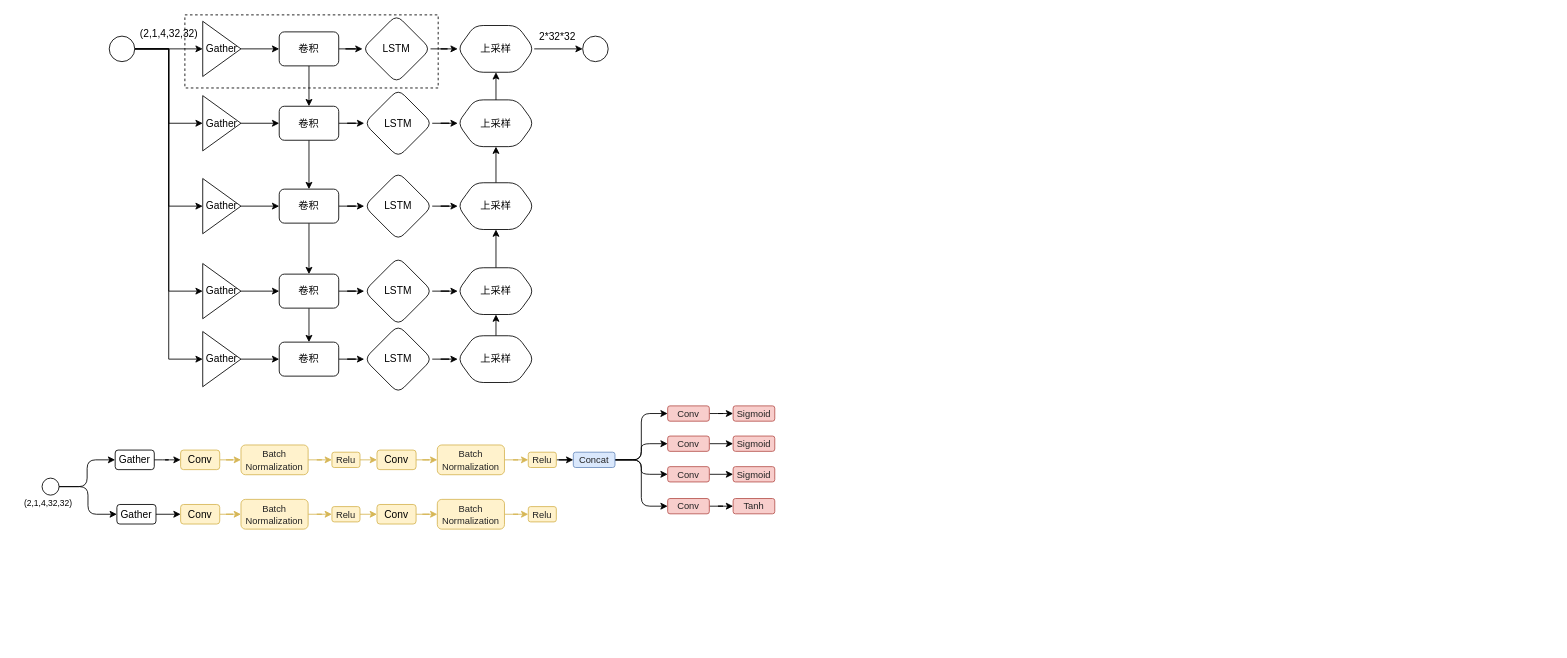
This is hainanchangedetection.drawio from dorbodwolf/graphs_from_draw.io, a draw.io file, before an edit. Source tidied: cells renumbered, new cells numbered last; positions are measured from the earlier drawing's top-left corner, leaving out a move shared by most shapes. Both pictures are drawn from the tidied source at 85%, with x=0, y=0 at pixel (14, 14). Pictures stored in the file or linked from it are replaced by grey dashed boxes.
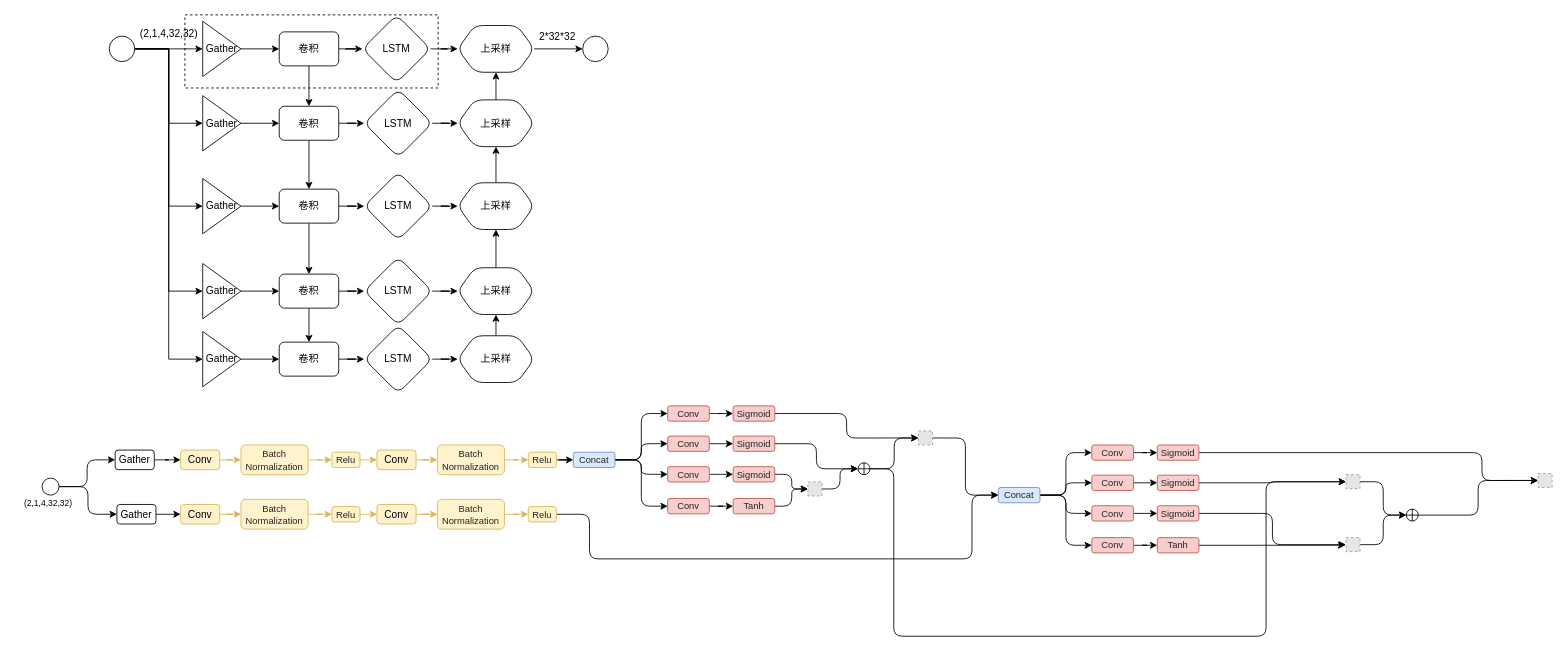
The same page after the edit.

The change refers to these unchanged cells:
```xml
<mxCell id="86" value="&lt;font color=&quot;#242424&quot;&gt;&lt;span style=&quot;font-size: 11px&quot;&gt;Relu&lt;/span&gt;&lt;/font&gt;" style="rounded=1;whiteSpace=wrap;html=1;sketch=0;fillColor=#fff2cc;strokeColor=#d6b656;" parent="1" vertex="1">
  <mxGeometry x="604" y="578.5" width="33" height="18" as="geometry" />
</mxCell>
<mxCell id="100" value="&lt;font color=&quot;#242424&quot;&gt;&lt;span style=&quot;font-size: 11px&quot;&gt;Sigmoid&lt;/span&gt;&lt;/font&gt;" style="rounded=1;whiteSpace=wrap;html=1;sketch=0;fillColor=#f8cecc;strokeColor=#b85450;" parent="1" vertex="1">
  <mxGeometry x="845" y="460" width="49" height="18" as="geometry" />
</mxCell>
<mxCell id="101" value="&lt;font color=&quot;#242424&quot;&gt;&lt;span style=&quot;font-size: 11px&quot;&gt;Sigmoid&lt;/span&gt;&lt;/font&gt;" style="rounded=1;whiteSpace=wrap;html=1;sketch=0;fillColor=#f8cecc;strokeColor=#b85450;" parent="1" vertex="1">
  <mxGeometry x="845" y="495.5" width="49" height="18" as="geometry" />
</mxCell>
<mxCell id="102" value="&lt;font color=&quot;#242424&quot;&gt;&lt;span style=&quot;font-size: 11px&quot;&gt;Sigmoid&lt;/span&gt;&lt;/font&gt;" style="rounded=1;whiteSpace=wrap;html=1;sketch=0;fillColor=#f8cecc;strokeColor=#b85450;" parent="1" vertex="1">
  <mxGeometry x="845" y="531.5" width="49" height="18" as="geometry" />
</mxCell>
<mxCell id="103" value="&lt;font color=&quot;#242424&quot;&gt;&lt;span style=&quot;font-size: 11px&quot;&gt;Tanh&lt;br&gt;&lt;/span&gt;&lt;/font&gt;" style="rounded=1;whiteSpace=wrap;html=1;sketch=0;fillColor=#f8cecc;strokeColor=#b85450;" parent="1" vertex="1">
  <mxGeometry x="845" y="569" width="49" height="18" as="geometry" />
</mxCell>
```

What changed in the source:
```diff
@@
+    <mxCell id="104" style="edgeStyle=orthogonalEdgeStyle;curved=0;rounded=1;sketch=0;jettySize=auto;html=1;exitX=1;exitY=0.5;exitDx=0;exitDy=0;entryX=0;entryY=0.5;entryDx=0;entryDy=0;" parent="1" edge="1" source="86" target="120">
+      <mxGeometry relative="1" as="geometry">
+        <Array as="points">
+          <mxPoint x="676" y="588" />
+          <mxPoint x="676" y="640" />
+          <mxPoint x="1126" y="640" />
+        </Array>
+      </mxGeometry>
+    </mxCell>
@@
+    <mxCell id="105" style="edgeStyle=orthogonalEdgeStyle;curved=0;rounded=1;sketch=0;jettySize=auto;html=1;exitX=1;exitY=0.5;exitDx=0;exitDy=0;entryX=0;entryY=0.5;entryDx=0;entryDy=0;" parent="1" edge="1" source="100" target="115">
+      <mxGeometry relative="1" as="geometry" />
+    </mxCell>
@@
+    <mxCell id="106" style="edgeStyle=orthogonalEdgeStyle;curved=0;rounded=1;sketch=0;jettySize=auto;html=1;exitX=1;exitY=0.5;exitDx=0;exitDy=0;entryX=0;entryY=0.5;entryDx=0;entryDy=0;entryPerimeter=0;" parent="1" edge="1" source="101" target="113">
+      <mxGeometry relative="1" as="geometry" />
+    </mxCell>
@@
+    <mxCell id="107" style="edgeStyle=orthogonalEdgeStyle;curved=0;rounded=1;sketch=0;jettySize=auto;html=1;exitX=1;exitY=0.5;exitDx=0;exitDy=0;entryX=0;entryY=0.5;entryDx=0;entryDy=0;" parent="1" edge="1" source="102" target="110">
+      <mxGeometry relative="1" as="geometry" />
+    </mxCell>
@@
+    <mxCell id="108" style="edgeStyle=orthogonalEdgeStyle;curved=0;rounded=1;sketch=0;jettySize=auto;html=1;exitX=1;exitY=0.5;exitDx=0;exitDy=0;entryX=0;entryY=0.5;entryDx=0;entryDy=0;" parent="1" edge="1" source="103" target="110">
+      <mxGeometry relative="1" as="geometry" />
+    </mxCell>
@@
+    <mxCell id="109" style="edgeStyle=orthogonalEdgeStyle;curved=0;rounded=1;sketch=0;jettySize=auto;html=1;exitX=1;exitY=0.5;exitDx=0;exitDy=0;entryX=0;entryY=0.5;entryDx=0;entryDy=0;entryPerimeter=0;" parent="1" edge="1" source="110" target="113">
+      <mxGeometry relative="1" as="geometry" />
+    </mxCell>
+    <mxCell id="110" style="fillColor=#E6E6E6;strokeColor=#999999;dashed=1;html=1;verticalAlign=top;verticalLabelPosition=bottom;labelBackgroundColor=#ffffff;" parent="1" vertex="1">
+      <mxGeometry x="933" y="549.5" width="16.5" height="16.5" as="geometry" />
+    </mxCell>
+    <mxCell id="111" style="edgeStyle=orthogonalEdgeStyle;curved=0;rounded=1;sketch=0;jettySize=auto;html=1;exitX=1;exitY=0.5;exitDx=0;exitDy=0;exitPerimeter=0;entryX=0;entryY=0.5;entryDx=0;entryDy=0;" parent="1" edge="1" source="113" target="138">
+      <mxGeometry relative="1" as="geometry">
+        <Array as="points">
+          <mxPoint x="1034" y="534" />
+          <mxPoint x="1034" y="731" />
+          <mxPoint x="1472" y="731" />
+          <mxPoint x="1472" y="549" />
+        </Array>
+      </mxGeometry>
+    </mxCell>
+    <mxCell id="112" style="edgeStyle=orthogonalEdgeStyle;curved=0;rounded=1;sketch=0;jettySize=auto;html=1;exitX=1;exitY=0.5;exitDx=0;exitDy=0;exitPerimeter=0;entryX=0;entryY=0.5;entryDx=0;entryDy=0;" parent="1" edge="1" source="113" target="115">
+      <mxGeometry relative="1" as="geometry" />
+    </mxCell>
+    <mxCell id="113" style="verticalLabelPosition=bottom;verticalAlign=top;html=1;shape=mxgraph.flowchart.summing_function;rounded=0;sketch=0;fillColor=#ffffff;" parent="1" vertex="1">
+      <mxGeometry x="992" y="527" width="14" height="14" as="geometry" />
+    </mxCell>
+    <mxCell id="114" style="edgeStyle=orthogonalEdgeStyle;curved=0;rounded=1;sketch=0;jettySize=auto;html=1;exitX=1;exitY=0.5;exitDx=0;exitDy=0;entryX=0;entryY=0.5;entryDx=0;entryDy=0;" parent="1" edge="1" source="115" target="120">
+      <mxGeometry relative="1" as="geometry" />
+    </mxCell>
+    <mxCell id="115" style="fillColor=#E6E6E6;strokeColor=#999999;dashed=1;html=1;verticalAlign=top;verticalLabelPosition=bottom;labelBackgroundColor=#ffffff;" parent="1" vertex="1">
+      <mxGeometry x="1063" y="489.5" width="16.5" height="16.5" as="geometry" />
+    </mxCell>
+    <mxCell id="116" style="edgeStyle=orthogonalEdgeStyle;curved=0;rounded=1;sketch=0;jettySize=auto;html=1;exitX=1;exitY=0.5;exitDx=0;exitDy=0;entryX=0;entryY=0.5;entryDx=0;entryDy=0;" parent="1" edge="1" source="120" target="128">
+      <mxGeometry relative="1" as="geometry" />
+    </mxCell>
+    <mxCell id="117" style="edgeStyle=orthogonalEdgeStyle;curved=0;rounded=1;sketch=0;jettySize=auto;html=1;exitX=1;exitY=0.5;exitDx=0;exitDy=0;" parent="1" edge="1" source="120" target="126">
+      <mxGeometry relative="1" as="geometry" />
+    </mxCell>
+    <mxCell id="118" style="edgeStyle=orthogonalEdgeStyle;curved=0;rounded=1;sketch=0;jettySize=auto;html=1;exitX=1;exitY=0.5;exitDx=0;exitDy=0;entryX=0;entryY=0.5;entryDx=0;entryDy=0;" parent="1" edge="1" source="120" target="122">
+      <mxGeometry relative="1" as="geometry" />
+    </mxCell>
+    <mxCell id="119" style="edgeStyle=orthogonalEdgeStyle;curved=0;rounded=1;sketch=0;jettySize=auto;html=1;exitX=1;exitY=0.5;exitDx=0;exitDy=0;entryX=0;entryY=0.5;entryDx=0;entryDy=0;" parent="1" edge="1" source="120" target="124">
+      <mxGeometry relative="1" as="geometry" />
+    </mxCell>
+    <mxCell id="120" value="&lt;font color=&quot;#242424&quot;&gt;&lt;span style=&quot;font-size: 11px&quot;&gt;Concat&lt;/span&gt;&lt;/font&gt;" style="rounded=1;whiteSpace=wrap;html=1;sketch=0;fillColor=#dae8fc;strokeColor=#6c8ebf;" parent="1" vertex="1">
+      <mxGeometry x="1157" y="556" width="49" height="18" as="geometry" />
+    </mxCell>
+    <mxCell id="121" style="edgeStyle=orthogonalEdgeStyle;curved=0;rounded=1;sketch=0;jettySize=auto;html=1;exitX=1;exitY=0.5;exitDx=0;exitDy=0;entryX=0;entryY=0.5;entryDx=0;entryDy=0;" parent="1" edge="1" source="122" target="134">
+      <mxGeometry relative="1" as="geometry" />
+    </mxCell>
+    <mxCell id="122" value="&lt;font color=&quot;#242424&quot;&gt;&lt;span style=&quot;font-size: 11px&quot;&gt;Conv&lt;/span&gt;&lt;/font&gt;" style="rounded=1;whiteSpace=wrap;html=1;sketch=0;fillColor=#f8cecc;strokeColor=#b85450;" parent="1" vertex="1">
+      <mxGeometry x="1267" y="577.5" width="49" height="18" as="geometry" />
+    </mxCell>
+    <mxCell id="123" style="edgeStyle=orthogonalEdgeStyle;curved=0;rounded=1;sketch=0;jettySize=auto;html=1;exitX=1;exitY=0.5;exitDx=0;exitDy=0;" parent="1" edge="1" source="124" target="136">
+      <mxGeometry relative="1" as="geometry" />
+    </mxCell>
+    <mxCell id="124" value="&lt;font color=&quot;#242424&quot;&gt;&lt;span style=&quot;font-size: 11px&quot;&gt;Conv&lt;/span&gt;&lt;/font&gt;" style="rounded=1;whiteSpace=wrap;html=1;sketch=0;fillColor=#f8cecc;strokeColor=#b85450;" parent="1" vertex="1">
+      <mxGeometry x="1267" y="615" width="49" height="18" as="geometry" />
+    </mxCell>
+    <mxCell id="125" style="edgeStyle=orthogonalEdgeStyle;curved=0;rounded=1;sketch=0;jettySize=auto;html=1;exitX=1;exitY=0.5;exitDx=0;exitDy=0;entryX=0;entryY=0.5;entryDx=0;entryDy=0;" parent="1" edge="1" source="126" target="132">
+      <mxGeometry relative="1" as="geometry" />
+    </mxCell>
+    <mxCell id="126" value="&lt;font color=&quot;#242424&quot;&gt;&lt;span style=&quot;font-size: 11px&quot;&gt;Conv&lt;/span&gt;&lt;/font&gt;" style="rounded=1;whiteSpace=wrap;html=1;sketch=0;fillColor=#f8cecc;strokeColor=#b85450;" parent="1" vertex="1">
+      <mxGeometry x="1267" y="541.5" width="49" height="18" as="geometry" />
+    </mxCell>
+    <mxCell id="127" style="edgeStyle=orthogonalEdgeStyle;curved=0;rounded=1;sketch=0;jettySize=auto;html=1;" parent="1" edge="1" source="128" target="130">
+      <mxGeometry relative="1" as="geometry" />
+    </mxCell>
+    <mxCell id="128" value="&lt;font color=&quot;#242424&quot;&gt;&lt;span style=&quot;font-size: 11px&quot;&gt;Conv&lt;/span&gt;&lt;/font&gt;" style="rounded=1;whiteSpace=wrap;html=1;sketch=0;fillColor=#f8cecc;strokeColor=#b85450;" parent="1" vertex="1">
+      <mxGeometry x="1267" y="506" width="49" height="18" as="geometry" />
+    </mxCell>
+    <mxCell id="129" style="edgeStyle=orthogonalEdgeStyle;curved=0;rounded=1;sketch=0;jettySize=auto;html=1;exitX=1;exitY=0.5;exitDx=0;exitDy=0;entryX=0;entryY=0.5;entryDx=0;entryDy=0;" parent="1" edge="1" source="130" target="143">
+      <mxGeometry relative="1" as="geometry">
+        <Array as="points">
+          <mxPoint x="1726" y="515" />
+          <mxPoint x="1726" y="548" />
+        </Array>
+      </mxGeometry>
+    </mxCell>
+    <mxCell id="130" value="&lt;font color=&quot;#242424&quot;&gt;&lt;span style=&quot;font-size: 11px&quot;&gt;Sigmoid&lt;/span&gt;&lt;/font&gt;" style="rounded=1;whiteSpace=wrap;html=1;sketch=0;fillColor=#f8cecc;strokeColor=#b85450;" parent="1" vertex="1">
+      <mxGeometry x="1344" y="506" width="49" height="18" as="geometry" />
+    </mxCell>
+    <mxCell id="131" style="edgeStyle=orthogonalEdgeStyle;curved=0;rounded=1;sketch=0;jettySize=auto;html=1;exitX=1;exitY=0.5;exitDx=0;exitDy=0;entryX=0;entryY=0.5;entryDx=0;entryDy=0;" parent="1" edge="1" source="132" target="138">
+      <mxGeometry relative="1" as="geometry" />
+    </mxCell>
+    <mxCell id="132" value="&lt;font color=&quot;#242424&quot;&gt;&lt;span style=&quot;font-size: 11px&quot;&gt;Sigmoid&lt;/span&gt;&lt;/font&gt;" style="rounded=1;whiteSpace=wrap;html=1;sketch=0;fillColor=#f8cecc;strokeColor=#b85450;" parent="1" vertex="1">
+      <mxGeometry x="1344" y="541.5" width="49" height="18" as="geometry" />
+    </mxCell>
+    <mxCell id="133" style="edgeStyle=orthogonalEdgeStyle;curved=0;rounded=1;sketch=0;jettySize=auto;html=1;exitX=1;exitY=0.5;exitDx=0;exitDy=0;entryX=0;entryY=0.5;entryDx=0;entryDy=0;" parent="1" edge="1" source="134" target="140">
+      <mxGeometry relative="1" as="geometry" />
+    </mxCell>
+    <mxCell id="134" value="&lt;font color=&quot;#242424&quot;&gt;&lt;span style=&quot;font-size: 11px&quot;&gt;Sigmoid&lt;/span&gt;&lt;/font&gt;" style="rounded=1;whiteSpace=wrap;html=1;sketch=0;fillColor=#f8cecc;strokeColor=#b85450;" parent="1" vertex="1">
+      <mxGeometry x="1344" y="577.5" width="49" height="18" as="geometry" />
+    </mxCell>
+    <mxCell id="135" style="edgeStyle=orthogonalEdgeStyle;curved=0;rounded=1;sketch=0;jettySize=auto;html=1;exitX=1;exitY=0.5;exitDx=0;exitDy=0;" parent="1" edge="1" source="136">
+      <mxGeometry relative="1" as="geometry">
+        <mxPoint x="1565.1" y="624" as="targetPoint" />
+      </mxGeometry>
+    </mxCell>
+    <mxCell id="136" value="&lt;font color=&quot;#242424&quot;&gt;&lt;span style=&quot;font-size: 11px&quot;&gt;Tanh&lt;br&gt;&lt;/span&gt;&lt;/font&gt;" style="rounded=1;whiteSpace=wrap;html=1;sketch=0;fillColor=#f8cecc;strokeColor=#b85450;" parent="1" vertex="1">
+      <mxGeometry x="1344" y="615" width="49" height="18" as="geometry" />
+    </mxCell>
+    <mxCell id="137" style="edgeStyle=orthogonalEdgeStyle;curved=0;rounded=1;sketch=0;jettySize=auto;html=1;exitX=1;exitY=0.5;exitDx=0;exitDy=0;entryX=0;entryY=0.5;entryDx=0;entryDy=0;entryPerimeter=0;" parent="1" edge="1" source="138" target="142">
+      <mxGeometry relative="1" as="geometry" />
+    </mxCell>
+    <mxCell id="138" style="fillColor=#E6E6E6;strokeColor=#999999;dashed=1;html=1;verticalAlign=top;verticalLabelPosition=bottom;labelBackgroundColor=#ffffff;" parent="1" vertex="1">
+      <mxGeometry x="1566" y="541" width="16.5" height="16.5" as="geometry" />
+    </mxCell>
+    <mxCell id="139" style="edgeStyle=orthogonalEdgeStyle;curved=0;rounded=1;sketch=0;jettySize=auto;html=1;exitX=1;exitY=0.5;exitDx=0;exitDy=0;entryX=0;entryY=0.5;entryDx=0;entryDy=0;entryPerimeter=0;" parent="1" edge="1" source="140" target="142">
+      <mxGeometry relative="1" as="geometry" />
+    </mxCell>
+    <mxCell id="140" style="fillColor=#E6E6E6;strokeColor=#999999;dashed=1;html=1;verticalAlign=top;verticalLabelPosition=bottom;labelBackgroundColor=#ffffff;" parent="1" vertex="1">
+      <mxGeometry x="1566" y="615" width="16.5" height="16.5" as="geometry" />
+    </mxCell>
+    <mxCell id="141" style="edgeStyle=orthogonalEdgeStyle;curved=0;rounded=1;sketch=0;jettySize=auto;html=1;exitX=1;exitY=0.5;exitDx=0;exitDy=0;exitPerimeter=0;entryX=0;entryY=0.5;entryDx=0;entryDy=0;" parent="1" edge="1" source="142" target="143">
+      <mxGeometry relative="1" as="geometry" />
+    </mxCell>
+    <mxCell id="142" style="verticalLabelPosition=bottom;verticalAlign=top;html=1;shape=mxgraph.flowchart.summing_function;rounded=0;sketch=0;fillColor=#ffffff;" parent="1" vertex="1">
+      <mxGeometry x="1637" y="581.5" width="14" height="14" as="geometry" />
+    </mxCell>
+    <mxCell id="143" style="fillColor=#E6E6E6;strokeColor=#999999;dashed=1;html=1;verticalAlign=top;verticalLabelPosition=bottom;labelBackgroundColor=#ffffff;" parent="1" vertex="1">
+      <mxGeometry x="1792" y="539.5" width="16.5" height="16.5" as="geometry" />
+    </mxCell>
```
